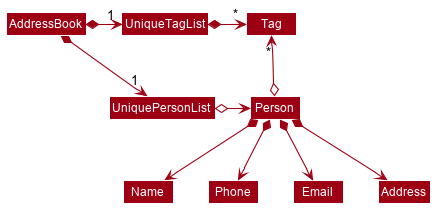
Before: docs/images/BetterModelClassDiagram.png, a diagram exported from PlantUML (nus-cs2103-AY2021S2/tp).
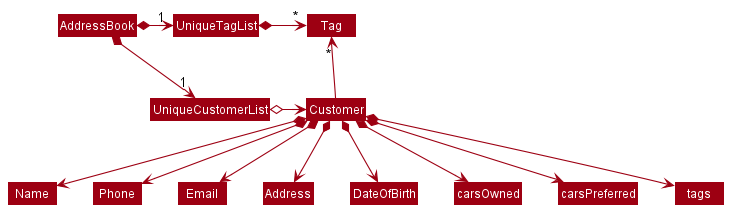
Above is the later version.

Commit message:
Resolve website and diagram screenshots

What changed in the source:
```diff
@@ -1,68 +1,26 @@
 @startuml
+!include style.puml
+skinparam arrowThickness 1.1
+skinparam arrowColor MODEL_COLOR
+skinparam classBackgroundColor MODEL_COLOR
 
-
-
-
-
-
-
-
-skinparam BackgroundColor #FFFFFFF
-
-skinparam Shadowing false
-
-skinparam Class {
-    FontColor #FFFFFF
-    BorderThickness 1
-    BorderColor #FFFFFF
-    StereotypeFontColor #FFFFFF
-    FontName Arial
-}
-
-skinparam Actor {
-    BorderColor #000000
-    Color #000000
-    FontName Arial
-}
-
-skinparam Sequence {
-    MessageAlign center
-    BoxFontSize 15
-    BoxPadding 0
-    BoxFontColor #FFFFFF
-    FontName Arial
-}
-
-skinparam Participant {
-    FontColor #FFFFFFF
-    Padding 20
-}
-
-skinparam MinClassWidth 50
-skinparam ParticipantPadding 10
-skinparam Shadowing false
-skinparam DefaultTextAlignment center
-skinparam packageStyle Rectangle
-
-hide footbox
-hide members
-hide circle
-skinparam arrowThickness 1.1
-skinparam arrowColor #9D0012
-skinparam classBackgroundColor #9D0012
-
-AddressBook *-right-> "1" UniquePersonList
+AddressBook *-right-> "1" UniqueCustomerList
 AddressBook *-right-> "1" UniqueTagList
-UniqueTagList -[hidden]down- UniquePersonList
-UniqueTagList -[hidden]down- UniquePersonList
+UniqueTagList -[hidden]down- UniqueCustomerList
+UniqueTagList -[hidden]down- UniqueCustomerList
 
 UniqueTagList *-right-> "*" Tag
-UniquePersonList o-right-> Person
+UniqueCustomerList o-right-> Customer
 
-Person o-up-> "*" Tag
+Customer -up-> "*" Tag
 
-Person *--> Name
-Person *--> Phone
-Person *--> Email
-Person *--> Address
+Customer *--> Name
+Customer *--> Phone
+Customer *--> Email
+Customer *--> Address
+Customer *--> DateOfBirth
+Customer *--> carsOwned
+Customer *--> carsPreferred
+Customer *--> tags
+
 @enduml
```
